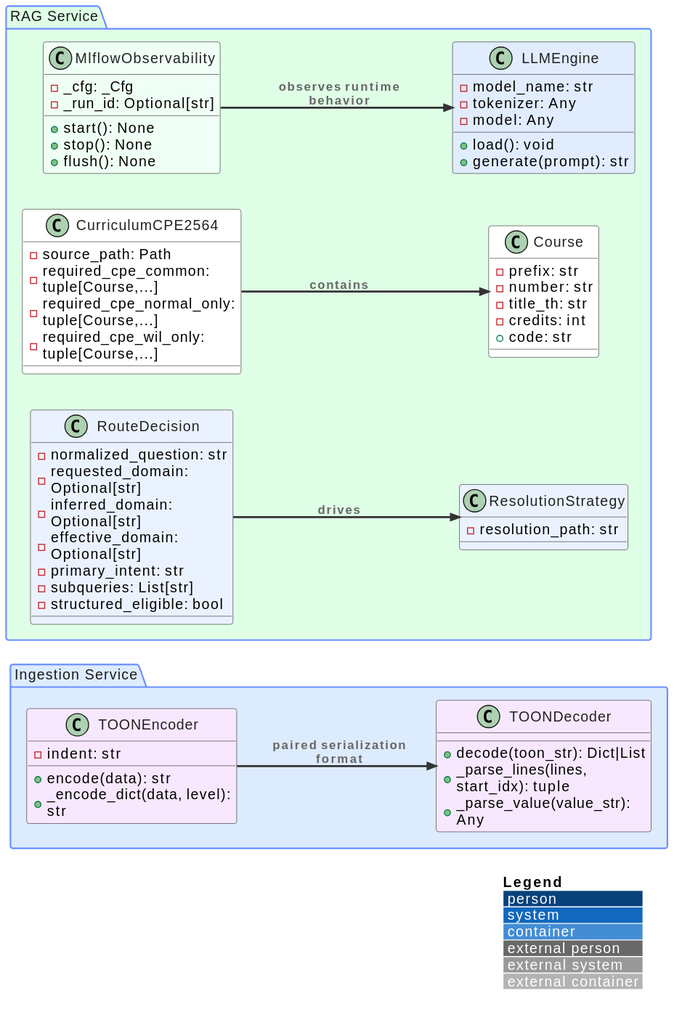
This is docs/rendered/C4_CodeLevel_Full_Styled.svg from KKOIDF/CPE-CHAT-0.0.2, a PlantUML export, as it was before one commit. Its diagram source:
```plantuml
@startuml
!include https://raw.githubusercontent.com/plantuml-stdlib/C4-PlantUML/master/C4_Deployment.puml

left to right direction
LAYOUT_WITH_LEGEND()

skinparam package {
  BackgroundColor #F7F9FF
  BorderColor #6A8DFF
  FontColor #1A1A1A
}

skinparam class {
  BorderColor #444444
  FontColor #222222
    BackgroundColor<<Core>> #E1ECFF
  BackgroundColor<<Converter>> #F7E8FF
    BackgroundColor<<Decision>> #EBF2FF
    BackgroundColor<<Observability>> #F0FFF6
  BackgroundColor<<Data>> #FFFFFF
}

skinparam ArrowColor #333333
skinparam ArrowThickness 2

package "Ingestion Service" #DDEBFF {
    class TOONEncoder <<Converter>> {
        - indent: str
        + encode(data): str
        + _encode_dict(data, level): str
    }

    class TOONDecoder <<Converter>> {
        + decode(toon_str): Dict|List
        + _parse_lines(lines, start_idx): tuple
        + _parse_value(value_str): Any
    }
}

package "RAG Service" #DFFFE6 {

    class LLMEngine <<Core>> {
        - model_name: str
        - tokenizer: Any
        - model: Any
        + load(): void
        + generate(prompt): str
    }

    class RouteDecision <<Decision>> {
        - normalized_question: str
        - requested_domain: Optional[str]
        - inferred_domain: Optional[str]
        - effective_domain: Optional[str]
        - primary_intent: str
        - subqueries: List[str]
        - structured_eligible: bool
    }

    class ResolutionStrategy <<Decision>> {
        - resolution_path: str
    }

    class Course <<Data>> {
        - prefix: str
        - number: str
        - title_th: str
        - credits: int
        + code: str
    }

    class CurriculumCPE2564 <<Data>> {
        - source_path: Path
        - required_cpe_common: tuple[Course,...]
        - required_cpe_normal_only: tuple[Course,...]
        - required_cpe_wil_only: tuple[Course,...]
    }

    class MlflowObservability <<Observability>> {
        - _cfg: _Cfg
        - _run_id: Optional[str]
        + start(): None
        + stop(): None
        + flush(): None
    }
}


Rel(TOONEncoder, TOONDecoder, "paired serialization format")
Rel(RouteDecision, ResolutionStrategy, "drives")
Rel(CurriculumCPE2564, Course, "contains")
Rel(MlflowObservability, LLMEngine, "observes runtime behavior")
@enduml
```
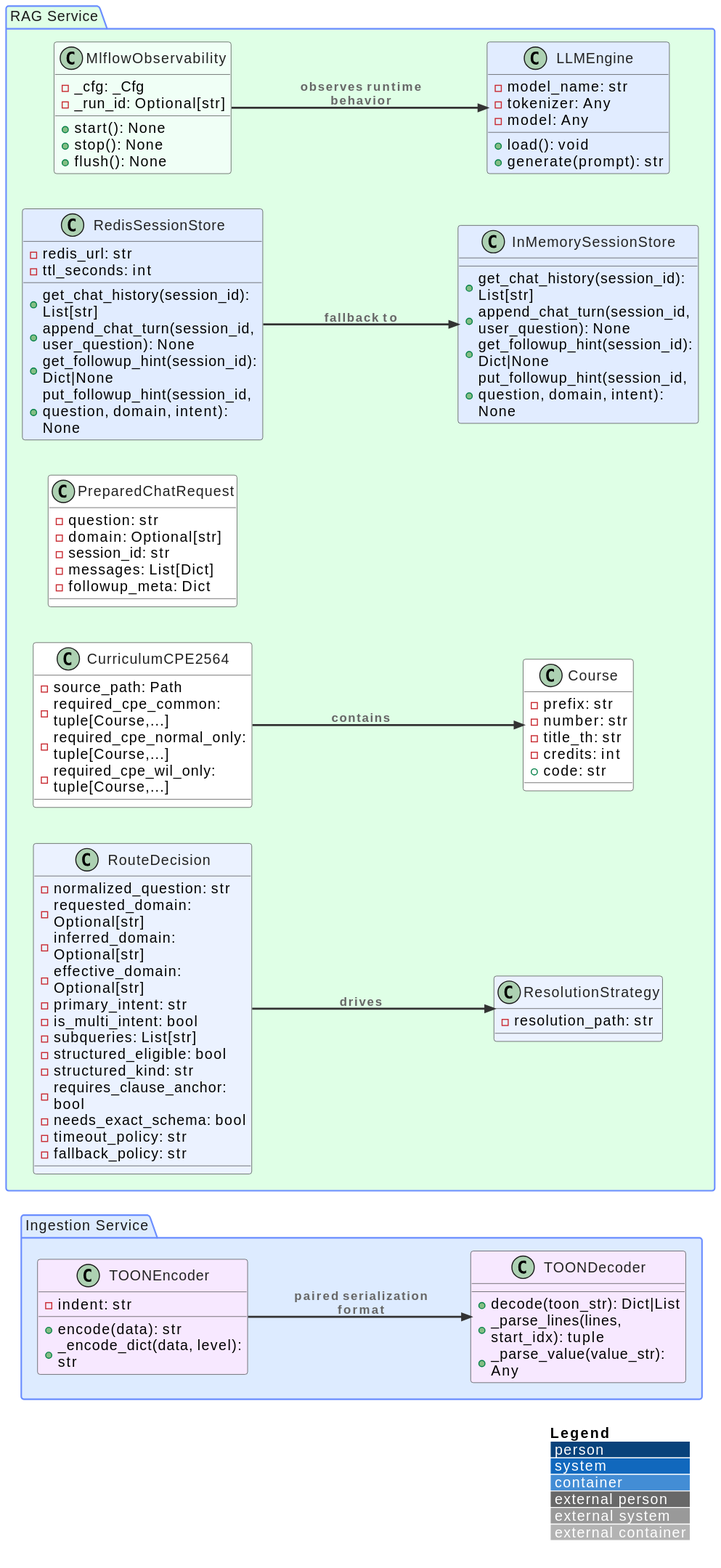
The same file after the commit.

Change to the diagram source:
```diff
@@ -1,5 +1,5 @@
 @startuml
-!include https://raw.githubusercontent.com/plantuml-stdlib/C4-PlantUML/master/C4_Deployment.puml
+!include <C4/C4_Deployment>
 
 left to right direction
 LAYOUT_WITH_LEGEND()
@@ -53,8 +53,14 @@
         - inferred_domain: Optional[str]
         - effective_domain: Optional[str]
         - primary_intent: str
+        - is_multi_intent: bool
         - subqueries: List[str]
         - structured_eligible: bool
+        - structured_kind: str
+        - requires_clause_anchor: bool
+        - needs_exact_schema: bool
+        - timeout_policy: str
+        - fallback_policy: str
     }
 
     class ResolutionStrategy <<Decision>> {
@@ -76,6 +82,30 @@
         - required_cpe_wil_only: tuple[Course,...]
     }
 
+    class PreparedChatRequest <<Data>> {
+        - question: str
+        - domain: Optional[str]
+        - session_id: str
+        - messages: List[Dict]
+        - followup_meta: Dict
+    }
+
+    class InMemorySessionStore <<Core>> {
+        + get_chat_history(session_id): List[str]
+        + append_chat_turn(session_id, user_question): None
+        + get_followup_hint(session_id): Dict|None
+        + put_followup_hint(session_id, question, domain, intent): None
+    }
+
+    class RedisSessionStore <<Core>> {
+        - redis_url: str
+        - ttl_seconds: int
+        + get_chat_history(session_id): List[str]
+        + append_chat_turn(session_id, user_question): None
+        + get_followup_hint(session_id): Dict|None
+        + put_followup_hint(session_id, question, domain, intent): None
+    }
+
     class MlflowObservability <<Observability>> {
         - _cfg: _Cfg
         - _run_id: Optional[str]
@@ -89,5 +119,6 @@
 Rel(TOONEncoder, TOONDecoder, "paired serialization format")
 Rel(RouteDecision, ResolutionStrategy, "drives")
 Rel(CurriculumCPE2564, Course, "contains")
+Rel(RedisSessionStore, InMemorySessionStore, "fallback to")
 Rel(MlflowObservability, LLMEngine, "observes runtime behavior")
 @enduml
```
